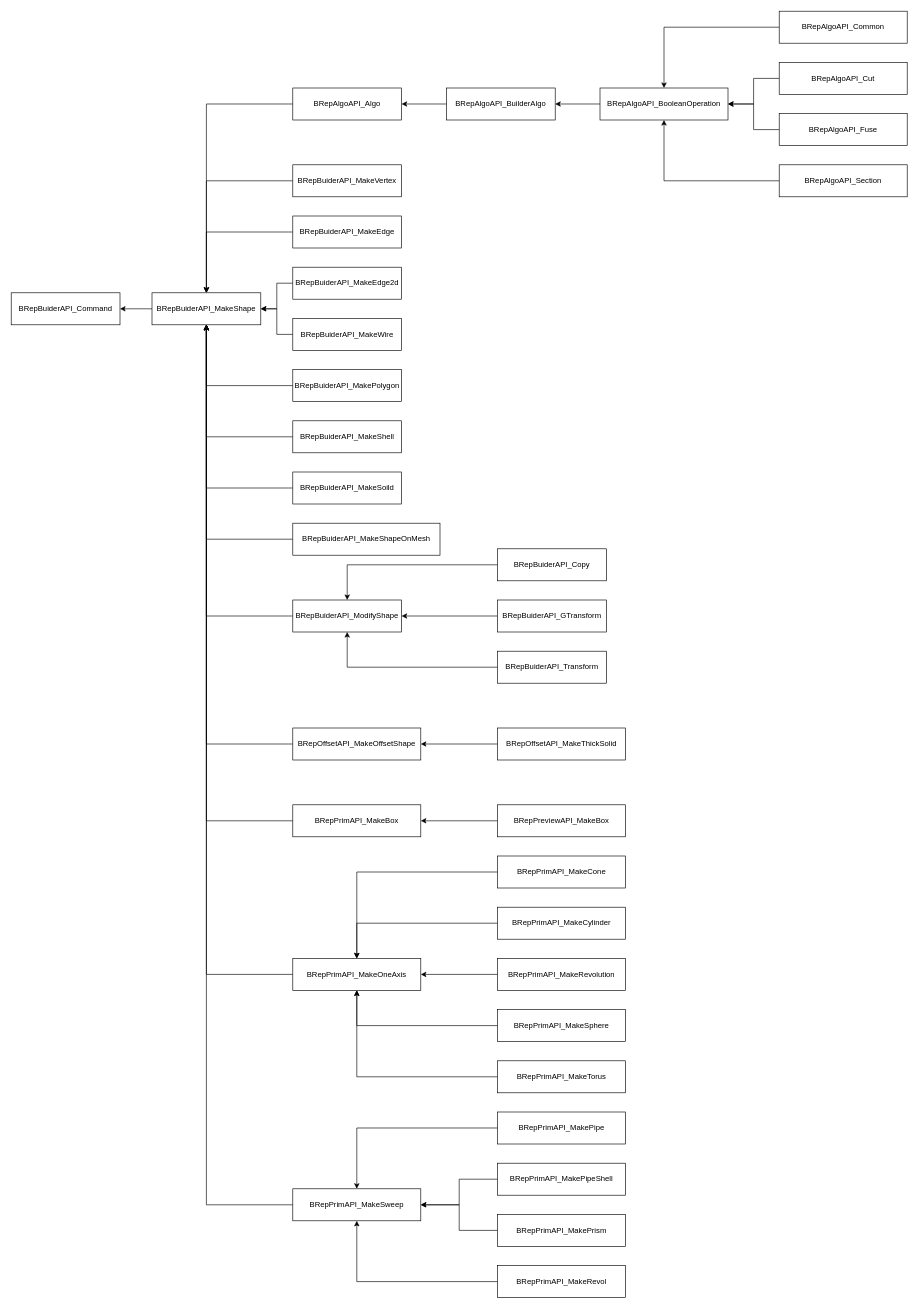
Above: page "BRep建模算法API" (2 of 2) of OCC.drawio in yzscodehub/Resource (draw.io), before the change. Source tidied: cells renumbered, new cells numbered last; positions are measured from the earlier drawing's top-left corner, leaving out a move shared by most shapes. Both pictures are drawn from the tidied source at 64%, with x=0, y=0 at pixel (11, 11).
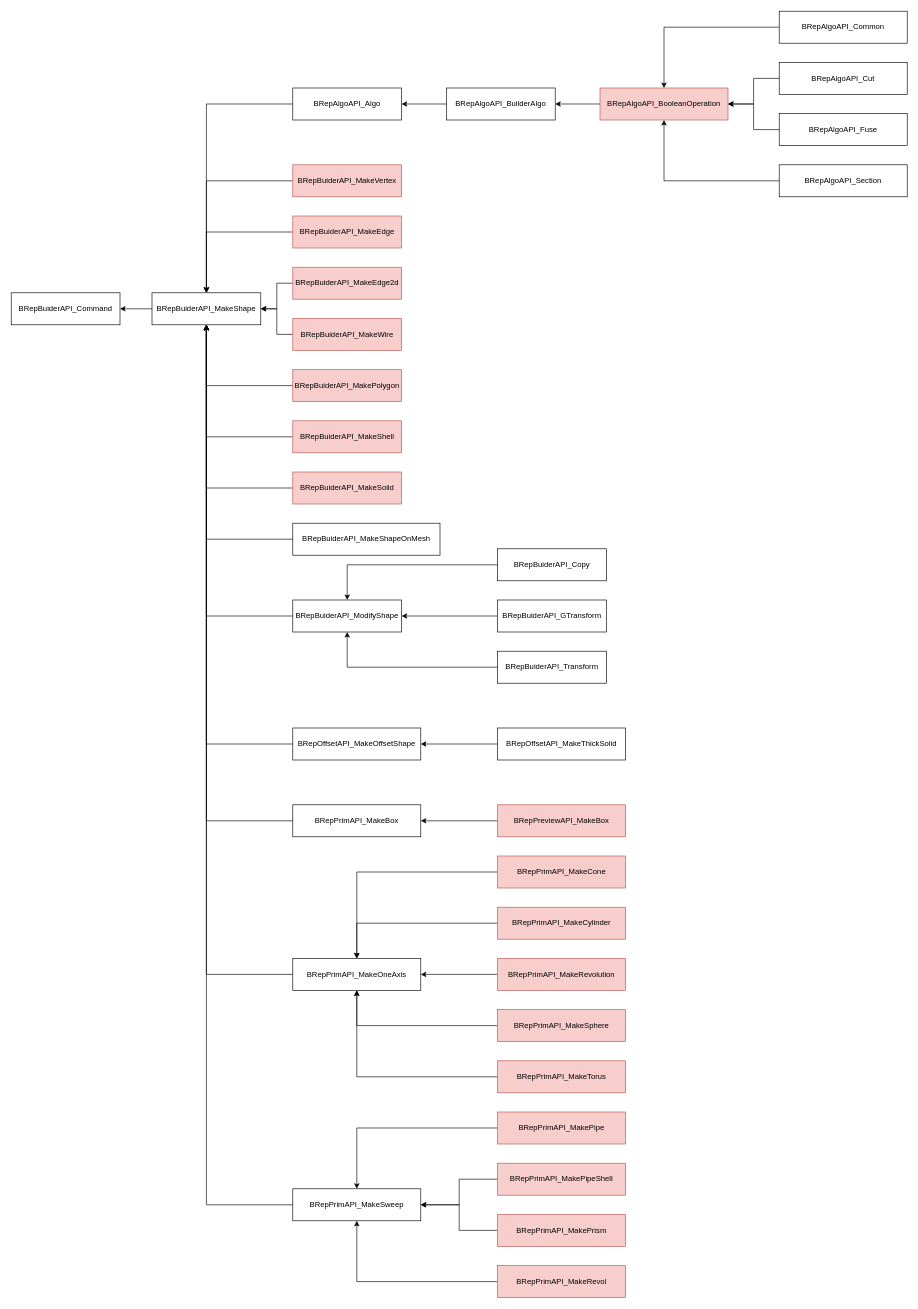
The same page after the edit.

The edit, as a diff of the source:
```diff
@@
-    <mxCell id="10" value="BRepAlgoAPI_BooleanOperation" style="html=1;whiteSpace=wrap;" parent="1" vertex="1">
+    <mxCell id="10" value="BRepAlgoAPI_BooleanOperation" style="html=1;whiteSpace=wrap;fillColor=#f8cecc;strokeColor=#b85450;" parent="1" vertex="1">
       <mxGeometry x="920" y="120" width="200" height="50" as="geometry" />
     </mxCell>
@@
-    <mxCell id="20" value="BRepBuiderAPI_MakeVertex" style="html=1;whiteSpace=wrap;" parent="1" vertex="1">
+    <mxCell id="20" value="BRepBuiderAPI_MakeVertex" style="html=1;whiteSpace=wrap;fillColor=#f8cecc;strokeColor=#b85450;" parent="1" vertex="1">
       <mxGeometry x="440" y="240" width="170" height="50" as="geometry" />
     </mxCell>
@@
-    <mxCell id="22" value="BRepBuiderAPI_MakeEdge" style="html=1;whiteSpace=wrap;" parent="1" vertex="1">
+    <mxCell id="22" value="BRepBuiderAPI_MakeEdge" style="html=1;whiteSpace=wrap;fillColor=#f8cecc;strokeColor=#b85450;" parent="1" vertex="1">
       <mxGeometry x="440" y="320" width="170" height="50" as="geometry" />
     </mxCell>
@@
-    <mxCell id="24" value="BRepBuiderAPI_MakeWire" style="html=1;whiteSpace=wrap;" parent="1" vertex="1">
+    <mxCell id="24" value="BRepBuiderAPI_MakeWire" style="html=1;whiteSpace=wrap;fillColor=#f8cecc;strokeColor=#b85450;" parent="1" vertex="1">
       <mxGeometry x="440" y="480" width="170" height="50" as="geometry" />
     </mxCell>
@@
-    <mxCell id="26" value="BRepBuiderAPI_MakeShell" style="html=1;whiteSpace=wrap;" parent="1" vertex="1">
+    <mxCell id="26" value="BRepBuiderAPI_MakeShell" style="html=1;whiteSpace=wrap;fillColor=#f8cecc;strokeColor=#b85450;" parent="1" vertex="1">
       <mxGeometry x="440" y="640" width="170" height="50" as="geometry" />
     </mxCell>
@@
-    <mxCell id="28" value="BRepBuiderAPI_MakeSoild" style="html=1;whiteSpace=wrap;" parent="1" vertex="1">
+    <mxCell id="28" value="BRepBuiderAPI_MakeSoild" style="html=1;whiteSpace=wrap;fillColor=#f8cecc;strokeColor=#b85450;" parent="1" vertex="1">
       <mxGeometry x="440" y="720" width="170" height="50" as="geometry" />
     </mxCell>
@@
-    <mxCell id="30" value="BRepBuiderAPI_MakeEdge2d" style="html=1;whiteSpace=wrap;" parent="1" vertex="1">
+    <mxCell id="30" value="BRepBuiderAPI_MakeEdge2d" style="html=1;whiteSpace=wrap;fillColor=#f8cecc;strokeColor=#b85450;" parent="1" vertex="1">
       <mxGeometry x="440" y="400" width="170" height="50" as="geometry" />
     </mxCell>
@@
-    <mxCell id="32" value="BRepBuiderAPI_MakePolygon" style="html=1;whiteSpace=wrap;" parent="1" vertex="1">
+    <mxCell id="32" value="BRepBuiderAPI_MakePolygon" style="html=1;whiteSpace=wrap;fillColor=#f8cecc;strokeColor=#b85450;" parent="1" vertex="1">
       <mxGeometry x="440" y="560" width="170" height="50" as="geometry" />
     </mxCell>
@@
-    <mxCell id="50" value="BRepPreviewAPI_MakeBox" style="html=1;whiteSpace=wrap;" parent="1" vertex="1">
+    <mxCell id="50" value="BRepPreviewAPI_MakeBox" style="html=1;whiteSpace=wrap;fillColor=#f8cecc;strokeColor=#b85450;" parent="1" vertex="1">
       <mxGeometry x="760" y="1240" width="200" height="50" as="geometry" />
     </mxCell>
@@
-    <mxCell id="54" value="BRepPrimAPI_MakeCone" style="html=1;whiteSpace=wrap;" parent="1" vertex="1">
+    <mxCell id="54" value="BRepPrimAPI_MakeCone" style="html=1;whiteSpace=wrap;fillColor=#f8cecc;strokeColor=#b85450;" parent="1" vertex="1">
       <mxGeometry x="760" y="1320" width="200" height="50" as="geometry" />
     </mxCell>
@@
-    <mxCell id="56" value="BRepPrimAPI_MakeCylinder" style="html=1;whiteSpace=wrap;" parent="1" vertex="1">
+    <mxCell id="56" value="BRepPrimAPI_MakeCylinder" style="html=1;whiteSpace=wrap;fillColor=#f8cecc;strokeColor=#b85450;" parent="1" vertex="1">
       <mxGeometry x="760" y="1400" width="200" height="50" as="geometry" />
     </mxCell>
@@
-    <mxCell id="58" value="BRepPrimAPI_MakeRevolution" style="html=1;whiteSpace=wrap;" parent="1" vertex="1">
+    <mxCell id="58" value="BRepPrimAPI_MakeRevolution" style="html=1;whiteSpace=wrap;fillColor=#f8cecc;strokeColor=#b85450;" parent="1" vertex="1">
       <mxGeometry x="760" y="1480" width="200" height="50" as="geometry" />
     </mxCell>
@@
-    <mxCell id="60" value="BRepPrimAPI_MakeSphere" style="html=1;whiteSpace=wrap;" parent="1" vertex="1">
+    <mxCell id="60" value="BRepPrimAPI_MakeSphere" style="html=1;whiteSpace=wrap;fillColor=#f8cecc;strokeColor=#b85450;" parent="1" vertex="1">
       <mxGeometry x="760" y="1560" width="200" height="50" as="geometry" />
     </mxCell>
@@
-    <mxCell id="62" value="BRepPrimAPI_MakeTorus" style="html=1;whiteSpace=wrap;" parent="1" vertex="1">
+    <mxCell id="62" value="BRepPrimAPI_MakeTorus" style="html=1;whiteSpace=wrap;fillColor=#f8cecc;strokeColor=#b85450;" parent="1" vertex="1">
       <mxGeometry x="760" y="1640" width="200" height="50" as="geometry" />
     </mxCell>
@@
-    <mxCell id="66" value="BRepPrimAPI_MakePipe" style="html=1;whiteSpace=wrap;" parent="1" vertex="1">
+    <mxCell id="66" value="BRepPrimAPI_MakePipe" style="html=1;whiteSpace=wrap;fillColor=#f8cecc;strokeColor=#b85450;" parent="1" vertex="1">
       <mxGeometry x="760" y="1720" width="200" height="50" as="geometry" />
     </mxCell>
@@
-    <mxCell id="68" value="BRepPrimAPI_MakePipeShell" style="html=1;whiteSpace=wrap;" parent="1" vertex="1">
+    <mxCell id="68" value="BRepPrimAPI_MakePipeShell" style="html=1;whiteSpace=wrap;fillColor=#f8cecc;strokeColor=#b85450;" parent="1" vertex="1">
       <mxGeometry x="760" y="1800" width="200" height="50" as="geometry" />
     </mxCell>
@@
-    <mxCell id="70" value="BRepPrimAPI_MakePrism" style="html=1;whiteSpace=wrap;" parent="1" vertex="1">
+    <mxCell id="70" value="BRepPrimAPI_MakePrism" style="html=1;whiteSpace=wrap;fillColor=#f8cecc;strokeColor=#b85450;" parent="1" vertex="1">
       <mxGeometry x="760" y="1880" width="200" height="50" as="geometry" />
     </mxCell>
@@
-    <mxCell id="72" value="BRepPrimAPI_MakeRevol" style="html=1;whiteSpace=wrap;" parent="1" vertex="1">
+    <mxCell id="72" value="BRepPrimAPI_MakeRevol" style="html=1;whiteSpace=wrap;fillColor=#f8cecc;strokeColor=#b85450;" parent="1" vertex="1">
       <mxGeometry x="760" y="1960" width="200" height="50" as="geometry" />
     </mxCell>
```
